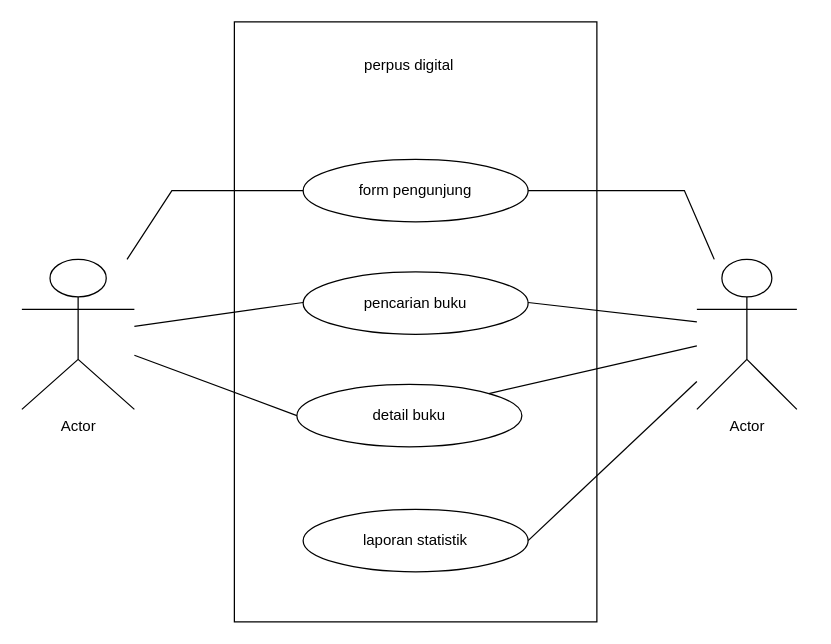
Earlier version of the draw.io diagram use-case-perpus-digital.drawio (hairul03/use-case-diagram-perpus-digital). Source tidied: cells renumbered, new cells numbered last; positions are measured from the earlier drawing's top-left corner, leaving out a move shared by most shapes. Both pictures are drawn from the tidied source at 125%, with x=0, y=0 at pixel (21, 21).
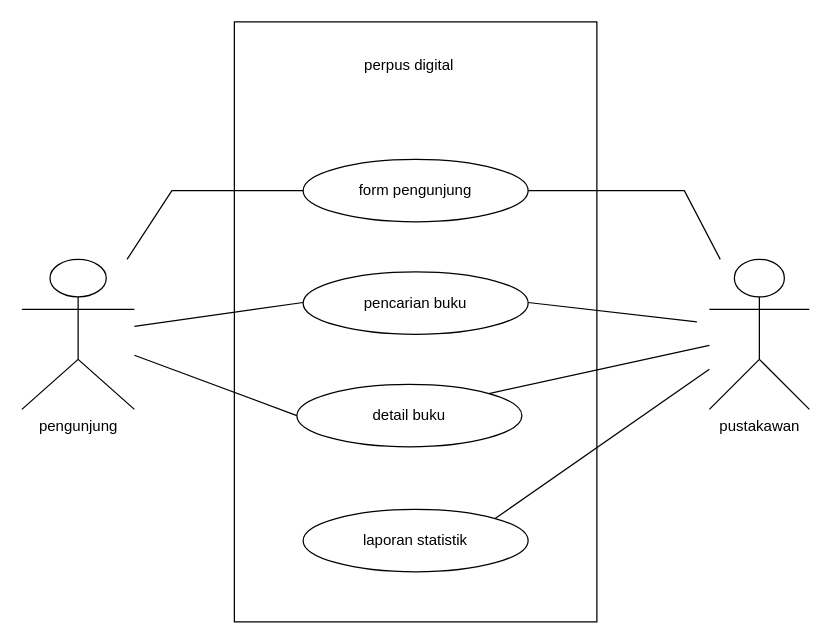
After the change.

The change refers to these unchanged cells:
```xml
<mxCell id="7" value="laporan statistik" style="ellipse;whiteSpace=wrap;html=1;" parent="1" vertex="1">
  <mxGeometry x="225" y="390" width="180" height="50" as="geometry" />
</mxCell>
```

Change to the diagram source:
```diff
@@
-    <mxCell id="3" value="Actor" style="shape=umlActor;verticalLabelPosition=bottom;verticalAlign=top;html=1;outlineConnect=0;" parent="1" vertex="1">
+    <mxCell id="3" value="pengunjung" style="shape=umlActor;verticalLabelPosition=bottom;verticalAlign=top;html=1;outlineConnect=0;" parent="1" vertex="1">
       <mxGeometry y="190" width="90" height="120" as="geometry" />
     </mxCell>
@@
-    <mxCell id="9" value="Actor" style="shape=umlActor;verticalLabelPosition=bottom;verticalAlign=top;html=1;outlineConnect=0;" parent="1" vertex="1">
-      <mxGeometry x="540" y="190" width="80" height="120" as="geometry" />
+    <mxCell id="9" value="pustakawan" style="shape=umlActor;verticalLabelPosition=bottom;verticalAlign=top;html=1;outlineConnect=0;" parent="1" vertex="1">
+      <mxGeometry x="550" y="190" width="80" height="120" as="geometry" />
     </mxCell>
@@
-    <mxCell id="16" style="endArrow=none;html=1;rounded=0;exitX=1;exitY=0.5;exitDx=0;exitDy=0;" parent="1" edge="1" source="7" target="9">
+    <mxCell id="16" style="endArrow=none;html=1;rounded=0;exitX=1;exitY=0;exitDx=0;exitDy=0;" parent="1" edge="1" source="7" target="9">
       <mxGeometry relative="1" as="geometry" />
     </mxCell>
```
